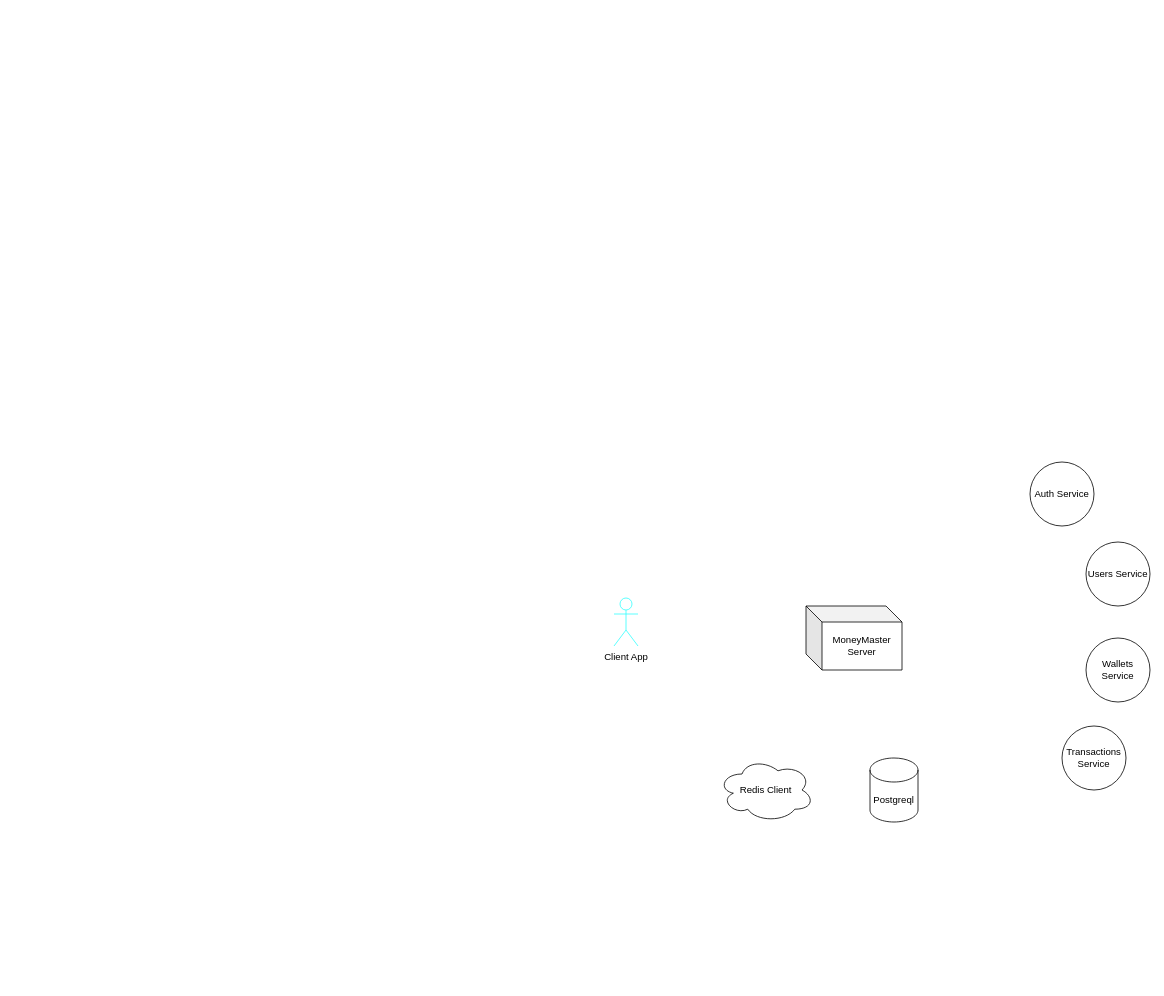
This is moneymaster.drawio from Hooannn/MoneyMaster-NestJS, a draw.io file, before an edit. Source tidied: cells renumbered, new cells numbered last; positions are measured from the earlier drawing's top-left corner, leaving out a move shared by most shapes. Both pictures are drawn from the tidied source at 80%, with x=0, y=0 at pixel (614, 462).
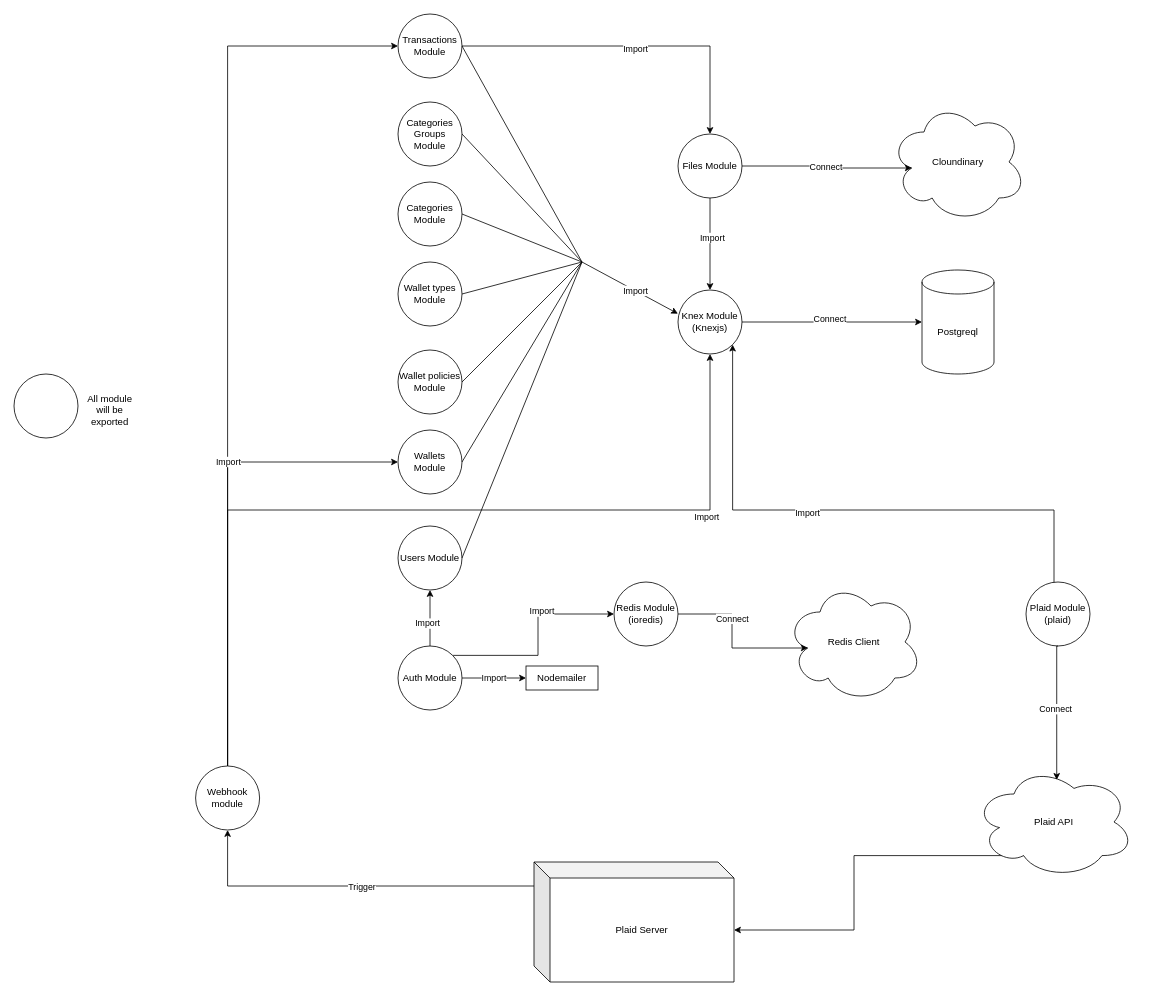
Above is the later version.

Commit message:
Cập nhật moneymaster.drawio

Change to the diagram source:
```diff
@@
-    <mxCell id="2" value="Client App&lt;br&gt;" style="shape=umlActor;verticalLabelPosition=bottom;verticalAlign=top;html=1;strokeColor=#33FFFF;" parent="1" vertex="1">
-      <mxGeometry y="170" width="30" height="60" as="geometry" />
-    </mxCell>
-    <mxCell id="3" value="MoneyMaster&lt;br&gt;Server" style="shape=cube;whiteSpace=wrap;html=1;boundedLbl=1;backgroundOutline=1;darkOpacity=0.05;darkOpacity2=0.1;" parent="1" vertex="1">
-      <mxGeometry x="240" y="180" width="120" height="80" as="geometry" />
-    </mxCell>
     <mxCell id="4" value="Redis Client" style="ellipse;shape=cloud;whiteSpace=wrap;html=1;" parent="1" vertex="1">
-      <mxGeometry x="130" y="370" width="120" height="80" as="geometry" />
+      <mxGeometry x="215" y="150" width="170" height="150" as="geometry" />
     </mxCell>
     <mxCell id="5" value="Postgreql" style="shape=cylinder3;whiteSpace=wrap;html=1;boundedLbl=1;backgroundOutline=1;size=15;" parent="1" vertex="1">
-      <mxGeometry x="320" y="370" width="60" height="80" as="geometry" />
+      <mxGeometry x="385" y="-240" width="90" height="130" as="geometry" />
     </mxCell>
+    <mxCell id="10" style="edgeStyle=orthogonalEdgeStyle;rounded=0;jettySize=auto;html=1;exitX=1;exitY=0.5;exitDx=0;exitDy=0;entryX=0;entryY=0.5;entryDx=0;entryDy=0;" parent="1" edge="1" source="6" target="48">
+      <mxGeometry relative="1" as="geometry" />
+    </mxCell>
+    <mxCell id="11" value="Import" style="edgeLabel;html=1;align=center;verticalAlign=middle;" parent="10" vertex="1">
+      <mxGeometry x="-0.03" relative="1" as="geometry">
+        <mxPoint y="-1" as="offset" />
+      </mxGeometry>
+    </mxCell>
+    <mxCell id="12" style="edgeStyle=orthogonalEdgeStyle;rounded=0;jettySize=auto;html=1;exitX=1;exitY=0;exitDx=0;exitDy=0;entryX=0;entryY=0.5;entryDx=0;entryDy=0;" parent="1" edge="1" source="6" target="31">
+      <mxGeometry relative="1" as="geometry" />
+    </mxCell>
+    <mxCell id="13" value="Import" style="edgeLabel;html=1;align=center;verticalAlign=middle;" parent="12" vertex="1">
+      <mxGeometry x="0.29" y="4" relative="1" as="geometry" />
+    </mxCell>
+    <mxCell id="14" style="edgeStyle=orthogonalEdgeStyle;rounded=0;jettySize=auto;html=1;exitX=0.5;exitY=0;exitDx=0;exitDy=0;entryX=0.5;entryY=1;entryDx=0;entryDy=0;" parent="1" edge="1" source="6" target="7">
+      <mxGeometry relative="1" as="geometry" />
+    </mxCell>
+    <mxCell id="15" value="Import" style="edgeLabel;html=1;align=center;verticalAlign=middle;" parent="14" vertex="1">
+      <mxGeometry x="-0.19" y="4" relative="1" as="geometry">
+        <mxPoint y="-1" as="offset" />
+      </mxGeometry>
+    </mxCell>
-    <mxCell id="6" value="Auth Service" style="ellipse;whiteSpace=wrap;html=1;" parent="1" vertex="1">
-      <mxGeometry x="520" width="80" height="80" as="geometry" />
+    <mxCell id="6" value="Auth Module" style="ellipse;whiteSpace=wrap;html=1;" parent="1" vertex="1">
+      <mxGeometry x="-270" y="230" width="80" height="80" as="geometry" />
     </mxCell>
-    <mxCell id="7" value="Users Service" style="ellipse;whiteSpace=wrap;html=1;" parent="1" vertex="1">
-      <mxGeometry x="590" y="100" width="80" height="80" as="geometry" />
+    <mxCell id="7" value="Users Module" style="ellipse;whiteSpace=wrap;html=1;" parent="1" vertex="1">
+      <mxGeometry x="-270" y="80" width="80" height="80" as="geometry" />
     </mxCell>
-    <mxCell id="8" value="Wallets Service" style="ellipse;whiteSpace=wrap;html=1;" parent="1" vertex="1">
-      <mxGeometry x="590" y="220" width="80" height="80" as="geometry" />
+    <mxCell id="8" value="Wallets Module" style="ellipse;whiteSpace=wrap;html=1;" parent="1" vertex="1">
+      <mxGeometry x="-270" y="-40" width="80" height="80" as="geometry" />
     </mxCell>
+    <mxCell id="16" style="edgeStyle=orthogonalEdgeStyle;rounded=0;jettySize=auto;html=1;exitX=1;exitY=0.5;exitDx=0;exitDy=0;entryX=0.5;entryY=0;entryDx=0;entryDy=0;" parent="1" edge="1" source="9" target="24">
+      <mxGeometry relative="1" as="geometry">
+        <Array as="points">
+          <mxPoint x="120" y="-520" />
+        </Array>
+      </mxGeometry>
+    </mxCell>
+    <mxCell id="17" value="Import" style="edgeLabel;html=1;align=center;verticalAlign=middle;" parent="16" vertex="1">
+      <mxGeometry x="0.03" y="-3" relative="1" as="geometry" />
+    </mxCell>
-    <mxCell id="9" value="Transactions Service" style="ellipse;whiteSpace=wrap;html=1;" parent="1" vertex="1">
-      <mxGeometry x="560" y="330" width="80" height="80" as="geometry" />
+    <mxCell id="9" value="Transactions Module" style="ellipse;whiteSpace=wrap;html=1;" parent="1" vertex="1">
+      <mxGeometry x="-270" y="-560" width="80" height="80" as="geometry" />
     </mxCell>
+    <mxCell id="18" value="Categories&lt;br&gt;Module" style="ellipse;whiteSpace=wrap;html=1;" parent="1" vertex="1">
+      <mxGeometry x="-270" y="-350" width="80" height="80" as="geometry" />
+    </mxCell>
+    <mxCell id="19" value="Wallet policies&lt;br&gt;Module" style="ellipse;whiteSpace=wrap;html=1;" parent="1" vertex="1">
+      <mxGeometry x="-270" y="-140" width="80" height="80" as="geometry" />
+    </mxCell>
+    <mxCell id="20" value="Wallet types&lt;br&gt;Module" style="ellipse;whiteSpace=wrap;html=1;" parent="1" vertex="1">
+      <mxGeometry x="-270" y="-250" width="80" height="80" as="geometry" />
+    </mxCell>
+    <mxCell id="21" value="Categories&lt;br&gt;Groups Module" style="ellipse;whiteSpace=wrap;html=1;" parent="1" vertex="1">
+      <mxGeometry x="-270" y="-450" width="80" height="80" as="geometry" />
+    </mxCell>
+    <mxCell id="22" style="edgeStyle=orthogonalEdgeStyle;rounded=0;jettySize=auto;html=1;exitX=0.5;exitY=1;exitDx=0;exitDy=0;entryX=0.5;entryY=0;entryDx=0;entryDy=0;" parent="1" edge="1" source="24" target="28">
+      <mxGeometry relative="1" as="geometry" />
+    </mxCell>
+    <mxCell id="23" value="Import" style="edgeLabel;html=1;align=center;verticalAlign=middle;" parent="22" vertex="1">
+      <mxGeometry x="-0.13" y="2" relative="1" as="geometry">
+        <mxPoint y="-1" as="offset" />
+      </mxGeometry>
+    </mxCell>
+    <mxCell id="24" value="Files Module" style="ellipse;whiteSpace=wrap;html=1;" parent="1" vertex="1">
+      <mxGeometry x="80" y="-410" width="80" height="80" as="geometry" />
+    </mxCell>
+    <mxCell id="25" value="Cloundinary" style="ellipse;shape=cloud;whiteSpace=wrap;html=1;" parent="1" vertex="1">
+      <mxGeometry x="345" y="-450" width="170" height="150" as="geometry" />
+    </mxCell>
+    <mxCell id="26" style="edgeStyle=orthogonalEdgeStyle;rounded=0;jettySize=auto;html=1;exitX=0.8;exitY=0.8;exitDx=0;exitDy=0;exitPerimeter=0;entryX=0;entryY=0;entryDx=250;entryDy=85;entryPerimeter=0;" parent="1" edge="1" source="27" target="57">
+      <mxGeometry relative="1" as="geometry" />
+    </mxCell>
+    <mxCell id="27" value="Plaid API" style="ellipse;shape=cloud;whiteSpace=wrap;html=1;" parent="1" vertex="1">
+      <mxGeometry x="450" y="380" width="200" height="140" as="geometry" />
+    </mxCell>
+    <mxCell id="28" value="Knex Module&lt;br&gt;(Knexjs)" style="ellipse;whiteSpace=wrap;html=1;" parent="1" vertex="1">
+      <mxGeometry x="80" y="-215" width="80" height="80" as="geometry" />
+    </mxCell>
+    <mxCell id="29" style="edgeStyle=orthogonalEdgeStyle;rounded=0;jettySize=auto;html=1;exitX=1;exitY=0.5;exitDx=0;exitDy=0;entryX=0;entryY=0.5;entryDx=0;entryDy=0;entryPerimeter=0;" parent="1" edge="1" source="28" target="5">
+      <mxGeometry relative="1" as="geometry" />
+    </mxCell>
+    <mxCell id="30" value="Connect" style="edgeLabel;html=1;align=center;verticalAlign=middle;" parent="29" vertex="1">
+      <mxGeometry x="-0.03" y="4" relative="1" as="geometry" />
+    </mxCell>
+    <mxCell id="31" value="Redis Module&lt;br&gt;(ioredis)" style="ellipse;whiteSpace=wrap;html=1;" parent="1" vertex="1">
+      <mxGeometry y="150" width="80" height="80" as="geometry" />
+    </mxCell>
+    <mxCell id="32" style="edgeStyle=orthogonalEdgeStyle;rounded=0;jettySize=auto;html=1;exitX=1;exitY=0.5;exitDx=0;exitDy=0;entryX=0.16;entryY=0.55;entryDx=0;entryDy=0;entryPerimeter=0;" parent="1" edge="1" source="31" target="4">
+      <mxGeometry relative="1" as="geometry" />
+    </mxCell>
+    <mxCell id="33" value="Connect" style="edgeLabel;html=1;align=center;verticalAlign=middle;" parent="32" vertex="1">
+      <mxGeometry x="-0.29" relative="1" as="geometry" />
+    </mxCell>
+    <mxCell id="34" style="edgeStyle=orthogonalEdgeStyle;rounded=0;jettySize=auto;html=1;exitX=0;exitY=0;exitDx=0;exitDy=0;entryX=1;entryY=1;entryDx=0;entryDy=0;" parent="1" edge="1" source="36" target="28">
+      <mxGeometry relative="1" as="geometry">
+        <Array as="points">
+          <mxPoint x="550" y="162" />
+          <mxPoint x="550" y="60" />
+          <mxPoint x="148" y="60" />
+        </Array>
+      </mxGeometry>
+    </mxCell>
+    <mxCell id="35" value="Import" style="edgeLabel;html=1;align=center;verticalAlign=middle;" parent="34" vertex="1">
+      <mxGeometry x="0.18" y="3" relative="1" as="geometry" />
+    </mxCell>
+    <mxCell id="36" value="Plaid Module&lt;br&gt;(plaid)" style="ellipse;whiteSpace=wrap;html=1;" parent="1" vertex="1">
+      <mxGeometry x="515" y="150" width="80" height="80" as="geometry" />
+    </mxCell>
+    <mxCell id="37" style="edgeStyle=orthogonalEdgeStyle;rounded=0;jettySize=auto;html=1;entryX=0.517;entryY=0.124;entryDx=0;entryDy=0;entryPerimeter=0;exitX=0.5;exitY=1;exitDx=0;exitDy=0;" parent="1" edge="1" source="36" target="27">
+      <mxGeometry relative="1" as="geometry">
+        <Array as="points">
+          <mxPoint x="553" y="230" />
+        </Array>
+      </mxGeometry>
+    </mxCell>
+    <mxCell id="38" value="Connect&lt;br&gt;" style="edgeLabel;html=1;align=center;verticalAlign=middle;" parent="37" vertex="1">
+      <mxGeometry x="-0.05" y="-1" relative="1" as="geometry">
+        <mxPoint x="-1" as="offset" />
+      </mxGeometry>
+    </mxCell>
+    <mxCell id="39" style="edgeStyle=orthogonalEdgeStyle;rounded=0;jettySize=auto;html=1;exitX=1;exitY=0.5;exitDx=0;exitDy=0;entryX=0.16;entryY=0.55;entryDx=0;entryDy=0;entryPerimeter=0;" parent="1" edge="1" source="24" target="25">
+      <mxGeometry relative="1" as="geometry" />
+    </mxCell>
+    <mxCell id="40" value="Connect" style="edgeLabel;html=1;align=center;verticalAlign=middle;" parent="39" vertex="1">
+      <mxGeometry y="1" relative="1" as="geometry" />
+    </mxCell>
+    <mxCell id="41" style="endArrow=none;html=1;rounded=0;exitX=1;exitY=0.5;exitDx=0;exitDy=0;" parent="1" edge="1" source="21">
+      <mxGeometry relative="1" as="geometry">
+        <mxPoint x="-40" y="-250" as="targetPoint" />
+      </mxGeometry>
+    </mxCell>
+    <mxCell id="42" style="endArrow=none;html=1;rounded=0;exitX=1;exitY=0.5;exitDx=0;exitDy=0;" parent="1" edge="1" source="18">
+      <mxGeometry relative="1" as="geometry">
+        <mxPoint x="-40" y="-250" as="targetPoint" />
+      </mxGeometry>
+    </mxCell>
+    <mxCell id="43" style="endArrow=none;html=1;rounded=0;exitX=1;exitY=0.5;exitDx=0;exitDy=0;" parent="1" edge="1" source="20">
+      <mxGeometry relative="1" as="geometry">
+        <mxPoint x="-40" y="-250" as="targetPoint" />
+      </mxGeometry>
+    </mxCell>
+    <mxCell id="44" style="endArrow=none;html=1;rounded=0;exitX=1;exitY=0.5;exitDx=0;exitDy=0;" parent="1" edge="1" source="19">
+      <mxGeometry relative="1" as="geometry">
+        <mxPoint x="-40" y="-250" as="targetPoint" />
+      </mxGeometry>
+    </mxCell>
+    <mxCell id="45" style="endArrow=none;html=1;rounded=0;exitX=1;exitY=0.5;exitDx=0;exitDy=0;" parent="1" edge="1" source="7">
+      <mxGeometry relative="1" as="geometry">
+        <mxPoint x="-40" y="-250" as="targetPoint" />
+      </mxGeometry>
+    </mxCell>
+    <mxCell id="46" style="endArrow=none;html=1;rounded=0;exitX=1;exitY=0.5;exitDx=0;exitDy=0;" parent="1" edge="1" source="8">
+      <mxGeometry relative="1" as="geometry">
+        <mxPoint x="-40" y="-250" as="targetPoint" />
+      </mxGeometry>
+    </mxCell>
+    <mxCell id="47" style="endArrow=none;html=1;rounded=0;exitX=1;exitY=0.5;exitDx=0;exitDy=0;" parent="1" edge="1" source="9">
+      <mxGeometry relative="1" as="geometry">
+        <mxPoint x="-40" y="-250" as="targetPoint" />
+      </mxGeometry>
+    </mxCell>
+    <mxCell id="48" value="Nodemailer" style="rounded=0;whiteSpace=wrap;html=1;" parent="1" vertex="1">
+      <mxGeometry x="-110" y="255" width="90" height="30" as="geometry" />
+    </mxCell>
+    <mxCell id="49" style="edgeStyle=orthogonalEdgeStyle;rounded=0;jettySize=auto;html=1;exitX=0.5;exitY=0;exitDx=0;exitDy=0;entryX=0;entryY=0.5;entryDx=0;entryDy=0;" parent="1" edge="1" source="54" target="8">
+      <mxGeometry relative="1" as="geometry" />
+    </mxCell>
+    <mxCell id="50" style="edgeStyle=orthogonalEdgeStyle;rounded=0;jettySize=auto;html=1;exitX=0.5;exitY=0;exitDx=0;exitDy=0;entryX=0;entryY=0.5;entryDx=0;entryDy=0;" parent="1" edge="1" source="54" target="9">
+      <mxGeometry relative="1" as="geometry" />
+    </mxCell>
+    <mxCell id="51" value="Import" style="edgeLabel;html=1;align=center;verticalAlign=middle;" parent="50" vertex="1">
+      <mxGeometry x="-0.3" relative="1" as="geometry">
+        <mxPoint y="9" as="offset" />
+      </mxGeometry>
+    </mxCell>
+    <mxCell id="52" style="edgeStyle=orthogonalEdgeStyle;rounded=0;jettySize=auto;html=1;exitX=0.5;exitY=0;exitDx=0;exitDy=0;entryX=0.5;entryY=1;entryDx=0;entryDy=0;" parent="1" edge="1" source="54" target="28">
+      <mxGeometry relative="1" as="geometry">
+        <Array as="points">
+          <mxPoint x="-483" y="60" />
+          <mxPoint x="120" y="60" />
+        </Array>
+      </mxGeometry>
+    </mxCell>
+    <mxCell id="53" value="Import" style="edgeLabel;html=1;align=center;verticalAlign=middle;" parent="52" vertex="1">
+      <mxGeometry x="0.65" y="-4" relative="1" as="geometry">
+        <mxPoint x="-4" y="4" as="offset" />
+      </mxGeometry>
+    </mxCell>
+    <mxCell id="54" value="Webhook module" style="ellipse;whiteSpace=wrap;html=1;" parent="1" vertex="1">
+      <mxGeometry x="-523" y="380" width="80" height="80" as="geometry" />
+    </mxCell>
+    <mxCell id="55" style="edgeStyle=orthogonalEdgeStyle;rounded=0;jettySize=auto;html=1;exitX=0;exitY=0;exitDx=0;exitDy=30;exitPerimeter=0;entryX=0.5;entryY=1;entryDx=0;entryDy=0;" parent="1" edge="1" source="57" target="54">
+      <mxGeometry relative="1" as="geometry" />
+    </mxCell>
+    <mxCell id="56" value="Trigger" style="edgeLabel;html=1;align=center;verticalAlign=middle;" parent="55" vertex="1">
+      <mxGeometry x="-0.05" y="1" relative="1" as="geometry">
+        <mxPoint x="-1" as="offset" />
+      </mxGeometry>
+    </mxCell>
+    <mxCell id="57" value="Plaid Server" style="shape=cube;whiteSpace=wrap;html=1;boundedLbl=1;backgroundOutline=1;darkOpacity=0.05;darkOpacity2=0.1;" parent="1" vertex="1">
+      <mxGeometry x="-100" y="500" width="250" height="150" as="geometry" />
+    </mxCell>
+    <mxCell id="58" style="endArrow=classic;html=1;rounded=0;entryX=-0.001;entryY=0.37;entryDx=0;entryDy=0;entryPerimeter=0;" parent="1" edge="1" target="28">
+      <mxGeometry relative="1" as="geometry">
+        <mxPoint x="-40" y="-250" as="sourcePoint" />
+      </mxGeometry>
+    </mxCell>
+    <mxCell id="59" value="Import" style="edgeLabel;html=1;align=center;verticalAlign=middle;" parent="58" vertex="1">
+      <mxGeometry x="0.1" y="-7" relative="1" as="geometry">
+        <mxPoint x="4" y="-6" as="offset" />
+      </mxGeometry>
+    </mxCell>
+    <mxCell id="60" style="ellipse;whiteSpace=wrap;html=1;" parent="1" vertex="1">
+      <mxGeometry x="-750" y="-110" width="80" height="80" as="geometry" />
+    </mxCell>
+    <mxCell id="61" value="All module will be exported" style="text;html=1;strokeColor=none;fillColor=none;align=center;verticalAlign=middle;whiteSpace=wrap;rounded=0;" parent="1" vertex="1">
+      <mxGeometry x="-660" y="-80" width="60" height="30" as="geometry" />
+    </mxCell>
```
